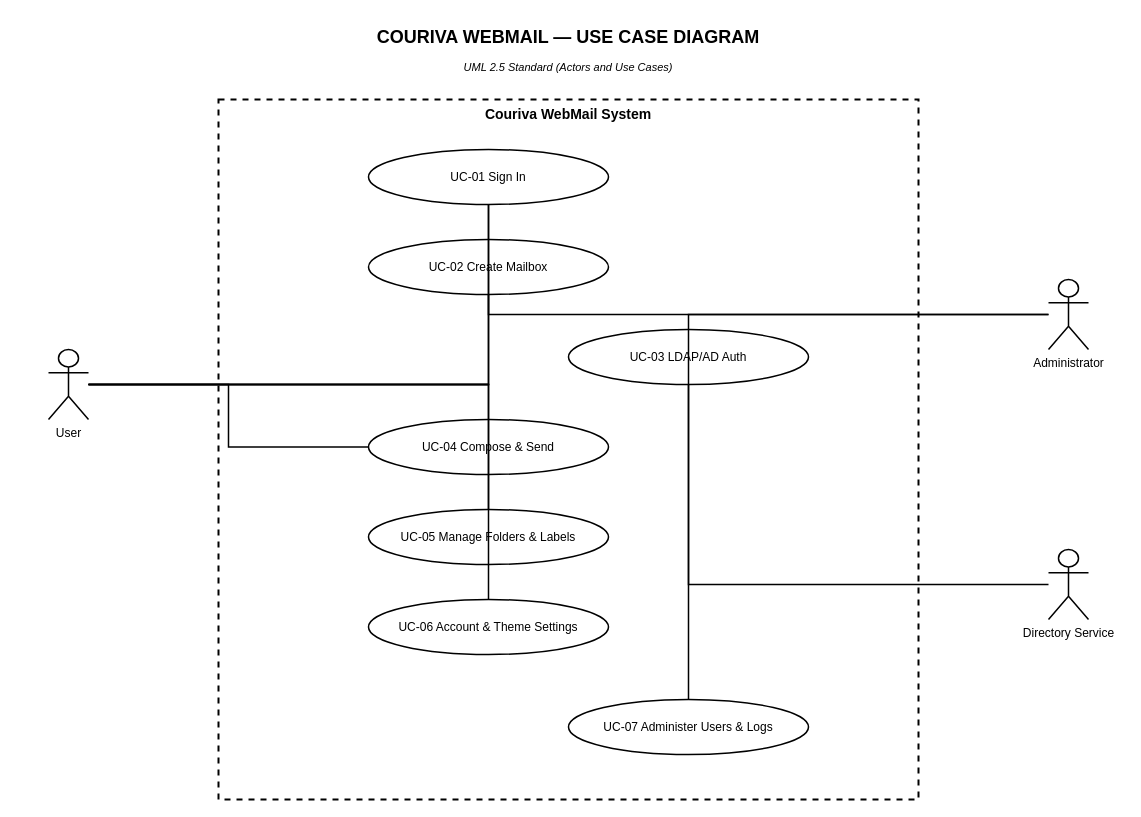
The draw.io diagram docs/flowcharts/use_case_diagram.drawio in hermarDev/Couriva_WebMail_system, before the edit. Source tidied: cells renumbered, new cells numbered last; positions are measured from the earlier drawing's top-left corner, leaving out a move shared by most shapes. Both pictures are drawn from the tidied source at 100%, with x=0, y=0 at pixel (48, 19).
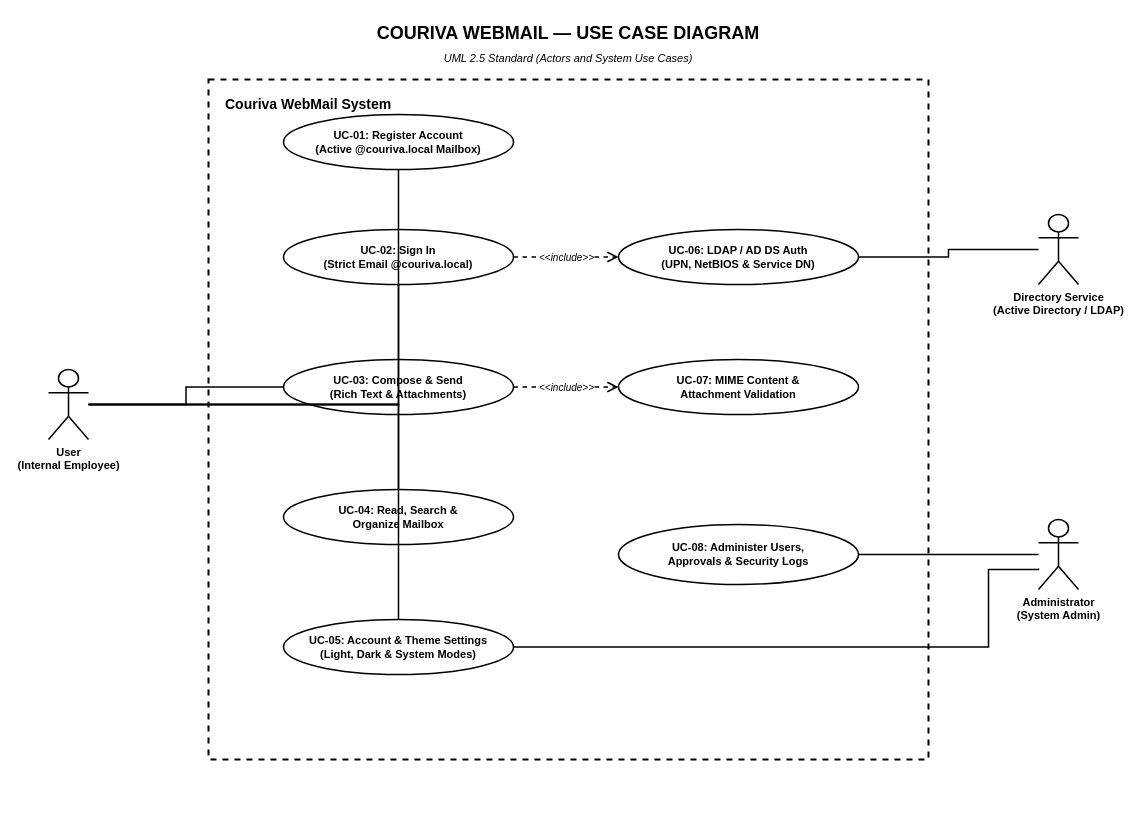
The same page after the edit.

The edit, as a diff of the source:
```diff
@@
-    <mxCell id="2" value="COURIVA WEBMAIL &amp;mdash; USE CASE DIAGRAM" style="text;html=1;strokeColor=none;fillColor=none;align=center;verticalAlign=middle;whiteSpace=wrap;rounded=0;fontFamily=Helvetica;fontSize=18;fontStyle=1;fontColor=#000000;" parent="1" vertex="1">
-      <mxGeometry x="220" width="600" height="35" as="geometry" />
+    <mxCell id="2" value="COURIVA WEBMAIL — USE CASE DIAGRAM" style="text;html=1;strokeColor=none;fillColor=none;align=center;verticalAlign=middle;whiteSpace=wrap;rounded=0;fontFamily=Helvetica;fontSize=18;fontStyle=1;fontColor=#000000;" parent="1" vertex="1">
+      <mxGeometry x="220" y="-2" width="600" height="32" as="geometry" />
     </mxCell>
-    <mxCell id="3" value="UML 2.5 Standard (Actors and Use Cases)" style="text;html=1;strokeColor=none;fillColor=none;align=center;verticalAlign=middle;whiteSpace=wrap;rounded=0;fontFamily=Helvetica;fontSize=11;fontStyle=2;fontColor=#000000;" parent="1" vertex="1">
-      <mxGeometry x="220" y="35" width="600" height="25" as="geometry" />
+    <mxCell id="3" value="UML 2.5 Standard (Actors and System Use Cases)" style="text;html=1;strokeColor=none;fillColor=none;align=center;verticalAlign=middle;whiteSpace=wrap;rounded=0;fontFamily=Helvetica;fontSize=11;fontStyle=2;fontColor=#000000;" parent="1" vertex="1">
+      <mxGeometry x="220" y="28" width="600" height="22" as="geometry" />
     </mxCell>
-    <mxCell id="4" value="Couriva WebMail System" style="rounded=0;whiteSpace=wrap;html=1;fillColor=none;strokeColor=#000000;strokeWidth=2;dashed=1;fontFamily=Helvetica;fontSize=14;fontStyle=1;fontColor=#000000;verticalAlign=top;align=center;" parent="1" vertex="1">
-      <mxGeometry x="170" y="80" width="700" height="700" as="geometry" />
+    <mxCell id="4" value="Couriva WebMail System" style="rounded=0;whiteSpace=wrap;html=1;fillColor=none;strokeColor=#000000;strokeWidth=2;dashed=1;fontFamily=Helvetica;fontSize=14;fontStyle=1;fontColor=#000000;verticalAlign=top;align=left;spacingLeft=15;spacingTop=10;" parent="1" vertex="1">
+      <mxGeometry x="160" y="60" width="720" height="680" as="geometry" />
     </mxCell>
-    <mxCell id="5" value="User" style="shape=umlActor;verticalLabelPosition=bottom;verticalAlign=top;html=1;outlineConnect=0;fillColor=#FFFFFF;strokeColor=#000000;strokeWidth=1.5;fontFamily=Helvetica;fontSize=12;fontColor=#000000;" parent="1" vertex="1">
-      <mxGeometry y="330" width="40" height="70" as="geometry" />
+    <mxCell id="5" value="User&#10;(Internal Employee)" style="shape=umlActor;verticalLabelPosition=bottom;verticalAlign=top;html=1;outlineConnect=0;fillColor=#FFFFFF;strokeColor=#000000;strokeWidth=1.5;fontFamily=Helvetica;fontSize=11;fontStyle=1;fontColor=#000000;align=center;" parent="1" vertex="1">
+      <mxGeometry y="350" width="40" height="70" as="geometry" />
     </mxCell>
+    <mxCell id="7" value="Directory Service&#10;(Active Directory / LDAP)" style="shape=umlActor;verticalLabelPosition=bottom;verticalAlign=top;html=1;outlineConnect=0;fillColor=#FFFFFF;strokeColor=#000000;strokeWidth=1.5;fontFamily=Helvetica;fontSize=11;fontStyle=1;fontColor=#000000;align=center;" parent="1" vertex="1">
+      <mxGeometry x="990" y="195" width="40" height="70" as="geometry" />
+    </mxCell>
-    <mxCell id="6" value="Administrator" style="shape=umlActor;verticalLabelPosition=bottom;verticalAlign=top;html=1;outlineConnect=0;fillColor=#FFFFFF;strokeColor=#000000;strokeWidth=1.5;fontFamily=Helvetica;fontSize=12;fontColor=#000000;" parent="1" vertex="1">
-      <mxGeometry x="1000" y="260" width="40" height="70" as="geometry" />
+    <mxCell id="6" value="Administrator&#10;(System Admin)" style="shape=umlActor;verticalLabelPosition=bottom;verticalAlign=top;html=1;outlineConnect=0;fillColor=#FFFFFF;strokeColor=#000000;strokeWidth=1.5;fontFamily=Helvetica;fontSize=11;fontStyle=1;fontColor=#000000;align=center;" parent="1" vertex="1">
+      <mxGeometry x="990" y="500" width="40" height="70" as="geometry" />
     </mxCell>
-    <mxCell id="7" value="Directory&amp;#xa;Service" style="shape=umlActor;verticalLabelPosition=bottom;verticalAlign=top;html=1;outlineConnect=0;fillColor=#FFFFFF;strokeColor=#000000;strokeWidth=1.5;fontFamily=Helvetica;fontSize=12;fontColor=#000000;" parent="1" vertex="1">
-      <mxGeometry x="1000" y="530" width="40" height="70" as="geometry" />
-    </mxCell>
-    <mxCell id="8" value="UC-01 Sign In" style="ellipse;whiteSpace=wrap;html=1;fillColor=#FFFFFF;strokeColor=#000000;strokeWidth=1.5;fontFamily=Helvetica;fontSize=12;fontColor=#000000;align=center;" parent="1" vertex="1">
-      <mxGeometry x="320" y="130" width="240" height="55" as="geometry" />
+    <mxCell id="8" value="UC-01: Register Account&#10;(Active @couriva.local Mailbox)" style="ellipse;whiteSpace=wrap;html=1;fillColor=#FFFFFF;strokeColor=#000000;strokeWidth=1.5;fontFamily=Helvetica;fontSize=11;fontStyle=1;fontColor=#000000;align=center;" parent="1" vertex="1">
+      <mxGeometry x="235" y="95" width="230" height="55" as="geometry" />
     </mxCell>
-    <mxCell id="9" value="UC-02 Create Mailbox" style="ellipse;whiteSpace=wrap;html=1;fillColor=#FFFFFF;strokeColor=#000000;strokeWidth=1.5;fontFamily=Helvetica;fontSize=12;fontColor=#000000;align=center;" parent="1" vertex="1">
-      <mxGeometry x="320" y="220" width="240" height="55" as="geometry" />
+    <mxCell id="9" value="UC-02: Sign In&#10;(Strict Email @couriva.local)" style="ellipse;whiteSpace=wrap;html=1;fillColor=#FFFFFF;strokeColor=#000000;strokeWidth=1.5;fontFamily=Helvetica;fontSize=11;fontStyle=1;fontColor=#000000;align=center;" parent="1" vertex="1">
+      <mxGeometry x="235" y="210" width="230" height="55" as="geometry" />
     </mxCell>
-    <mxCell id="10" value="UC-03 LDAP/AD Auth" style="ellipse;whiteSpace=wrap;html=1;fillColor=#FFFFFF;strokeColor=#000000;strokeWidth=1.5;fontFamily=Helvetica;fontSize=12;fontColor=#000000;align=center;" parent="1" vertex="1">
-      <mxGeometry x="520" y="310" width="240" height="55" as="geometry" />
+    <mxCell id="10" value="UC-03: Compose &amp;amp; Send&#10;(Rich Text &amp;amp; Attachments)" style="ellipse;whiteSpace=wrap;html=1;fillColor=#FFFFFF;strokeColor=#000000;strokeWidth=1.5;fontFamily=Helvetica;fontSize=11;fontStyle=1;fontColor=#000000;align=center;" parent="1" vertex="1">
+      <mxGeometry x="235" y="340" width="230" height="55" as="geometry" />
     </mxCell>
-    <mxCell id="11" value="UC-04 Compose &amp;amp; Send" style="ellipse;whiteSpace=wrap;html=1;fillColor=#FFFFFF;strokeColor=#000000;strokeWidth=1.5;fontFamily=Helvetica;fontSize=12;fontColor=#000000;align=center;" parent="1" vertex="1">
-      <mxGeometry x="320" y="400" width="240" height="55" as="geometry" />
+    <mxCell id="11" value="UC-04: Read, Search &amp;amp;&#10;Organize Mailbox" style="ellipse;whiteSpace=wrap;html=1;fillColor=#FFFFFF;strokeColor=#000000;strokeWidth=1.5;fontFamily=Helvetica;fontSize=11;fontStyle=1;fontColor=#000000;align=center;" parent="1" vertex="1">
+      <mxGeometry x="235" y="470" width="230" height="55" as="geometry" />
     </mxCell>
-    <mxCell id="12" value="UC-05 Manage Folders&amp;#xa;&amp;amp; Labels" style="ellipse;whiteSpace=wrap;html=1;fillColor=#FFFFFF;strokeColor=#000000;strokeWidth=1.5;fontFamily=Helvetica;fontSize=12;fontColor=#000000;align=center;" parent="1" vertex="1">
-      <mxGeometry x="320" y="490" width="240" height="55" as="geometry" />
+    <mxCell id="12" value="UC-05: Account &amp;amp; Theme Settings&#10;(Light, Dark &amp;amp; System Modes)" style="ellipse;whiteSpace=wrap;html=1;fillColor=#FFFFFF;strokeColor=#000000;strokeWidth=1.5;fontFamily=Helvetica;fontSize=11;fontStyle=1;fontColor=#000000;align=center;" parent="1" vertex="1">
+      <mxGeometry x="235" y="600" width="230" height="55" as="geometry" />
     </mxCell>
-    <mxCell id="13" value="UC-06 Account &amp;amp;&amp;#xa;Theme Settings" style="ellipse;whiteSpace=wrap;html=1;fillColor=#FFFFFF;strokeColor=#000000;strokeWidth=1.5;fontFamily=Helvetica;fontSize=12;fontColor=#000000;align=center;" parent="1" vertex="1">
-      <mxGeometry x="320" y="580" width="240" height="55" as="geometry" />
+    <mxCell id="13" value="UC-06: LDAP / AD DS Auth&#10;(UPN, NetBIOS &amp;amp; Service DN)" style="ellipse;whiteSpace=wrap;html=1;fillColor=#FFFFFF;strokeColor=#000000;strokeWidth=1.5;fontFamily=Helvetica;fontSize=11;fontStyle=1;fontColor=#000000;align=center;" parent="1" vertex="1">
+      <mxGeometry x="570" y="210" width="240" height="55" as="geometry" />
     </mxCell>
-    <mxCell id="14" value="UC-07 Administer&amp;#xa;Users &amp;amp; Logs" style="ellipse;whiteSpace=wrap;html=1;fillColor=#FFFFFF;strokeColor=#000000;strokeWidth=1.5;fontFamily=Helvetica;fontSize=12;fontColor=#000000;align=center;" parent="1" vertex="1">
-      <mxGeometry x="520" y="680" width="240" height="55" as="geometry" />
+    <mxCell id="14" value="UC-07: MIME Content &amp;amp;&#10;Attachment Validation" style="ellipse;whiteSpace=wrap;html=1;fillColor=#FFFFFF;strokeColor=#000000;strokeWidth=1.5;fontFamily=Helvetica;fontSize=11;fontStyle=1;fontColor=#000000;align=center;" parent="1" vertex="1">
+      <mxGeometry x="570" y="340" width="240" height="55" as="geometry" />
     </mxCell>
+    <mxCell id="23" value="UC-08: Administer Users,&#10;Approvals &amp;amp; Security Logs" style="ellipse;whiteSpace=wrap;html=1;fillColor=#FFFFFF;strokeColor=#000000;strokeWidth=1.5;fontFamily=Helvetica;fontSize=11;fontStyle=1;fontColor=#000000;align=center;" parent="1" vertex="1">
+      <mxGeometry x="570" y="505" width="240" height="60" as="geometry" />
+    </mxCell>
-    <mxCell id="15" style="edgeStyle=orthogonalEdgeStyle;rounded=0;jettySize=auto;html=1;strokeColor=#000000;strokeWidth=1.5;fontFamily=Helvetica;fontSize=11;fontColor=#000000;endArrow=none;" parent="1" edge="1" source="5" target="8">
+    <mxCell id="15" style="edgeStyle=orthogonalEdgeStyle;rounded=0;jettySize=auto;html=1;strokeColor=#000000;strokeWidth=1.5;fontFamily=Helvetica;fontSize=10;fontColor=#000000;endArrow=none;" parent="1" edge="1" source="5" target="8">
       <mxGeometry relative="1" as="geometry" />
     </mxCell>
-    <mxCell id="16" style="edgeStyle=orthogonalEdgeStyle;rounded=0;jettySize=auto;html=1;strokeColor=#000000;strokeWidth=1.5;fontFamily=Helvetica;fontSize=11;fontColor=#000000;endArrow=none;" parent="1" edge="1" source="5" target="9">
+    <mxCell id="16" style="edgeStyle=orthogonalEdgeStyle;rounded=0;jettySize=auto;html=1;strokeColor=#000000;strokeWidth=1.5;fontFamily=Helvetica;fontSize=10;fontColor=#000000;endArrow=none;" parent="1" edge="1" source="5" target="9">
       <mxGeometry relative="1" as="geometry" />
     </mxCell>
+    <mxCell id="24" style="edgeStyle=orthogonalEdgeStyle;rounded=0;jettySize=auto;html=1;strokeColor=#000000;strokeWidth=1.5;fontFamily=Helvetica;fontSize=10;fontColor=#000000;endArrow=none;" parent="1" edge="1" source="5" target="10">
+      <mxGeometry relative="1" as="geometry" />
+    </mxCell>
-    <mxCell id="17" style="edgeStyle=orthogonalEdgeStyle;rounded=0;jettySize=auto;html=1;strokeColor=#000000;strokeWidth=1.5;fontFamily=Helvetica;fontSize=11;fontColor=#000000;endArrow=none;" parent="1" edge="1" source="5" target="11">
+    <mxCell id="17" style="edgeStyle=orthogonalEdgeStyle;rounded=0;jettySize=auto;html=1;strokeColor=#000000;strokeWidth=1.5;fontFamily=Helvetica;fontSize=10;fontColor=#000000;endArrow=none;" parent="1" edge="1" source="5" target="11">
       <mxGeometry relative="1" as="geometry" />
     </mxCell>
-    <mxCell id="18" style="edgeStyle=orthogonalEdgeStyle;rounded=0;jettySize=auto;html=1;strokeColor=#000000;strokeWidth=1.5;fontFamily=Helvetica;fontSize=11;fontColor=#000000;endArrow=none;" parent="1" edge="1" source="5" target="12">
+    <mxCell id="18" style="edgeStyle=orthogonalEdgeStyle;rounded=0;jettySize=auto;html=1;strokeColor=#000000;strokeWidth=1.5;fontFamily=Helvetica;fontSize=10;fontColor=#000000;endArrow=none;" parent="1" edge="1" source="5" target="12">
       <mxGeometry relative="1" as="geometry" />
     </mxCell>
-    <mxCell id="19" style="edgeStyle=orthogonalEdgeStyle;rounded=0;jettySize=auto;html=1;strokeColor=#000000;strokeWidth=1.5;fontFamily=Helvetica;fontSize=11;fontColor=#000000;endArrow=none;" parent="1" edge="1" source="5" target="13">
-      <mxGeometry relative="1" as="geometry" />
-    </mxCell>
-    <mxCell id="20" style="edgeStyle=orthogonalEdgeStyle;rounded=0;jettySize=auto;html=1;strokeColor=#000000;strokeWidth=1.5;fontFamily=Helvetica;fontSize=11;fontColor=#000000;endArrow=none;" parent="1" edge="1" source="6" target="8">
-      <mxGeometry relative="1" as="geometry" />
-    </mxCell>
-    <mxCell id="21" style="edgeStyle=orthogonalEdgeStyle;rounded=0;jettySize=auto;html=1;strokeColor=#000000;strokeWidth=1.5;fontFamily=Helvetica;fontSize=11;fontColor=#000000;endArrow=none;" parent="1" edge="1" source="6" target="14">
-      <mxGeometry relative="1" as="geometry" />
-    </mxCell>
-    <mxCell id="22" style="edgeStyle=orthogonalEdgeStyle;rounded=0;jettySize=auto;html=1;strokeColor=#000000;strokeWidth=1.5;fontFamily=Helvetica;fontSize=11;fontColor=#000000;endArrow=none;" parent="1" edge="1" source="7" target="10">
-      <mxGeometry relative="1" as="geometry" />
-    </mxCell>
+    <mxCell id="25" style="edgeStyle=orthogonalEdgeStyle;rounded=0;jettySize=auto;html=1;strokeColor=#000000;strokeWidth=1.5;fontFamily=Helvetica;fontSize=10;fontColor=#000000;endArrow=none;exitX=0.0;exitY=0.5;entryX=1.0;entryY=0.5;" parent="1" edge="1" source="7" target="13">
+      <mxGeometry relative="1" as="geometry" />
+    </mxCell>
+    <mxCell id="26" style="edgeStyle=orthogonalEdgeStyle;rounded=0;jettySize=auto;html=1;strokeColor=#000000;strokeWidth=1.5;fontFamily=Helvetica;fontSize=10;fontColor=#000000;endArrow=none;exitX=0.0;exitY=0.5;entryX=1.0;entryY=0.5;" parent="1" edge="1" source="6" target="23">
+      <mxGeometry relative="1" as="geometry" />
+    </mxCell>
+    <mxCell id="27" style="edgeStyle=orthogonalEdgeStyle;rounded=0;jettySize=auto;html=1;strokeColor=#000000;strokeWidth=1.5;fontFamily=Helvetica;fontSize=10;fontColor=#000000;endArrow=none;exitX=0.0;exitY=0.7;entryX=1.0;entryY=0.5;" parent="1" edge="1" source="6" target="12">
+      <mxGeometry relative="1" as="geometry">
+        <Array as="points">
+          <mxPoint x="940" y="550" />
+          <mxPoint x="940" y="627.5" />
+        </Array>
+      </mxGeometry>
+    </mxCell>
+    <mxCell id="28" value="&amp;lt;&amp;lt;include&amp;gt;&amp;gt;" style="edgeStyle=orthogonalEdgeStyle;rounded=0;jettySize=auto;html=1;strokeColor=#000000;strokeWidth=1.5;dashed=1;fontFamily=Helvetica;fontSize=10;fontStyle=2;fontColor=#000000;endArrow=open;endSize=8;exitX=1.0;exitY=0.5;entryX=0.0;entryY=0.5;" parent="1" edge="1" source="9" target="13">
+      <mxGeometry relative="1" as="geometry" />
+    </mxCell>
+    <mxCell id="29" value="&amp;lt;&amp;lt;include&amp;gt;&amp;gt;" style="edgeStyle=orthogonalEdgeStyle;rounded=0;jettySize=auto;html=1;strokeColor=#000000;strokeWidth=1.5;dashed=1;fontFamily=Helvetica;fontSize=10;fontStyle=2;fontColor=#000000;endArrow=open;endSize=8;exitX=1.0;exitY=0.5;entryX=0.0;entryY=0.5;" parent="1" edge="1" source="10" target="14">
+      <mxGeometry relative="1" as="geometry" />
+    </mxCell>
```
